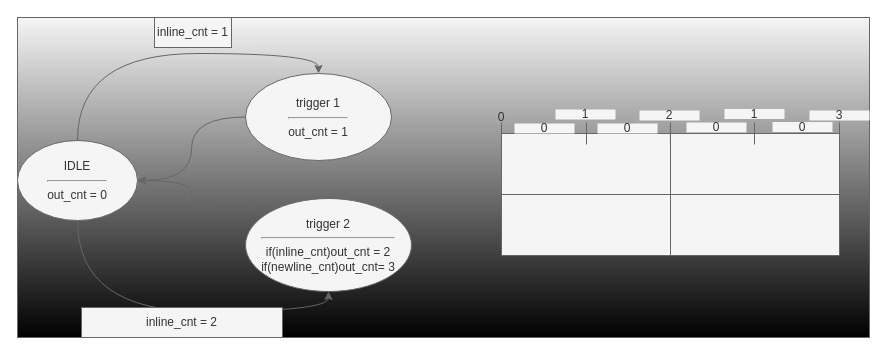
This is Our_design/addr_cnt_FSM.drawio from YZchen3467/drawio, a draw.io file, before an edit. Source tidied: cells renumbered, new cells numbered last; positions are measured from the earlier drawing's top-left corner, leaving out a move shared by most shapes. Both pictures are drawn from the tidied source at 100%, with x=0, y=0 at pixel (17, 17).
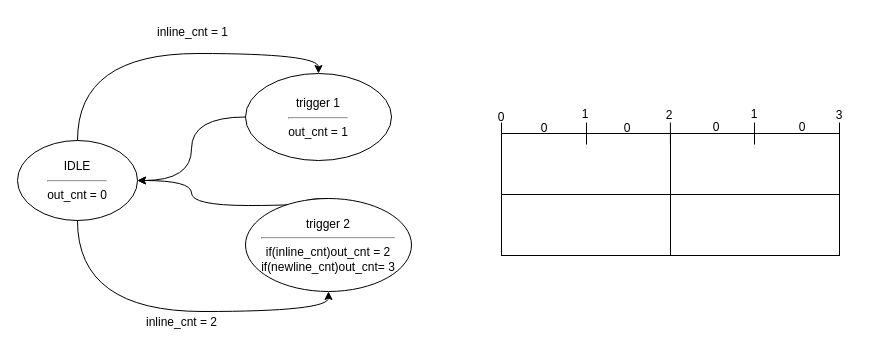
The same diagram, later.

The edit, as a diff of the source:
```diff
@@
-    <mxCell id="2" style="group;noLabel=1;fillColor=#f5f5f5;fontColor=#333333;strokeColor=#666666;fillStyle=auto;gradientColor=default;" parent="1" vertex="1">
+    <mxCell id="2" style="group;noLabel=1;fillStyle=auto;" parent="1" vertex="1">
       <mxGeometry width="852" height="320" as="geometry" />
     </mxCell>
-    <mxCell id="3" value="IDLE&lt;hr&gt;out_cnt = 0" style="ellipse;whiteSpace=wrap;html=1;fillColor=#f5f5f5;fontColor=#333333;strokeColor=#666666;" parent="2" vertex="1">
+    <mxCell id="3" value="IDLE&lt;hr&gt;out_cnt = 0" style="ellipse;whiteSpace=wrap;html=1;" parent="2" vertex="1">
       <mxGeometry y="123" width="120" height="80" as="geometry" />
     </mxCell>
-    <mxCell id="4" style="edgeStyle=orthogonalEdgeStyle;rounded=0;jettySize=auto;html=1;entryX=1;entryY=0.5;entryDx=0;entryDy=0;curved=1;fillColor=#f5f5f5;strokeColor=#666666;" parent="2" edge="1" source="5" target="3">
+    <mxCell id="4" style="edgeStyle=orthogonalEdgeStyle;rounded=0;jettySize=auto;html=1;entryX=1;entryY=0.5;entryDx=0;entryDy=0;curved=1;" parent="2" edge="1" source="5" target="3">
       <mxGeometry relative="1" as="geometry" />
     </mxCell>
-    <mxCell id="5" value="trigger 1&lt;hr&gt;out_cnt = 1" style="ellipse;whiteSpace=wrap;html=1;fillColor=#f5f5f5;fontColor=#333333;strokeColor=#666666;" parent="2" vertex="1">
+    <mxCell id="5" value="trigger 1&lt;hr&gt;out_cnt = 1" style="ellipse;whiteSpace=wrap;html=1;" parent="2" vertex="1">
       <mxGeometry x="228" y="56" width="146" height="87" as="geometry" />
     </mxCell>
-    <mxCell id="6" style="edgeStyle=orthogonalEdgeStyle;rounded=0;jettySize=auto;html=1;exitX=0.5;exitY=0;exitDx=0;exitDy=0;entryX=0.5;entryY=0;entryDx=0;entryDy=0;curved=1;fillColor=#f5f5f5;strokeColor=#666666;" parent="2" edge="1" source="3" target="5">
+    <mxCell id="6" style="edgeStyle=orthogonalEdgeStyle;rounded=0;jettySize=auto;html=1;exitX=0.5;exitY=0;exitDx=0;exitDy=0;entryX=0.5;entryY=0;entryDx=0;entryDy=0;curved=1;" parent="2" edge="1" source="3" target="5">
       <mxGeometry relative="1" as="geometry" />
     </mxCell>
-    <mxCell id="7" style="edgeStyle=orthogonalEdgeStyle;rounded=0;jettySize=auto;html=1;exitX=0.5;exitY=0;exitDx=0;exitDy=0;entryX=1;entryY=0.5;entryDx=0;entryDy=0;curved=1;fillColor=#f5f5f5;strokeColor=#666666;" parent="2" edge="1" source="8" target="3">
+    <mxCell id="7" style="edgeStyle=orthogonalEdgeStyle;rounded=0;jettySize=auto;html=1;exitX=0.5;exitY=0;exitDx=0;exitDy=0;entryX=1;entryY=0.5;entryDx=0;entryDy=0;curved=1;" parent="2" edge="1" source="8" target="3">
       <mxGeometry relative="1" as="geometry">
         <Array as="points">
           <mxPoint x="288" y="188" />
           <mxPoint x="174" y="188" />
           <mxPoint x="174" y="163" />
         </Array>
       </mxGeometry>
     </mxCell>
-    <mxCell id="8" value="trigger 2&lt;hr&gt;if(inline_cnt)out_cnt = 2&lt;br&gt;if(newline_cnt)out_cnt= 3" style="ellipse;whiteSpace=wrap;html=1;fillColor=#f5f5f5;fontColor=#333333;strokeColor=#666666;" parent="2" vertex="1">
+    <mxCell id="8" value="trigger 2&lt;hr&gt;if(inline_cnt)out_cnt = 2&lt;br&gt;if(newline_cnt)out_cnt= 3" style="ellipse;whiteSpace=wrap;html=1;" parent="2" vertex="1">
       <mxGeometry x="228" y="181" width="166" height="93" as="geometry" />
     </mxCell>
-    <mxCell id="9" style="edgeStyle=orthogonalEdgeStyle;rounded=0;jettySize=auto;html=1;exitX=0.5;exitY=1;exitDx=0;exitDy=0;entryX=0.5;entryY=1;entryDx=0;entryDy=0;curved=1;fillColor=#f5f5f5;strokeColor=#666666;" parent="2" edge="1" source="3" target="8">
+    <mxCell id="9" style="edgeStyle=orthogonalEdgeStyle;rounded=0;jettySize=auto;html=1;exitX=0.5;exitY=1;exitDx=0;exitDy=0;entryX=0.5;entryY=1;entryDx=0;entryDy=0;curved=1;" parent="2" edge="1" source="3" target="8">
       <mxGeometry relative="1" as="geometry" />
     </mxCell>
-    <mxCell id="10" style="rounded=0;whiteSpace=wrap;html=1;fillColor=#f5f5f5;fontColor=#333333;strokeColor=#666666;" parent="2" vertex="1">
+    <mxCell id="10" style="rounded=0;whiteSpace=wrap;html=1;" parent="2" vertex="1">
       <mxGeometry x="484" y="116" width="338" height="122" as="geometry" />
     </mxCell>
-    <mxCell id="11" style="endArrow=none;html=1;rounded=0;entryX=0.5;entryY=0;entryDx=0;entryDy=0;exitX=0.5;exitY=1;exitDx=0;exitDy=0;fillColor=#f5f5f5;strokeColor=#666666;" parent="2" edge="1" source="10" target="10">
+    <mxCell id="11" style="endArrow=none;html=1;rounded=0;entryX=0.5;entryY=0;entryDx=0;entryDy=0;exitX=0.5;exitY=1;exitDx=0;exitDy=0;" parent="2" edge="1" source="10" target="10">
       <mxGeometry relative="1" as="geometry" />
     </mxCell>
-    <mxCell id="12" style="endArrow=none;html=1;rounded=0;entryX=1;entryY=0.5;entryDx=0;entryDy=0;exitX=0;exitY=0.5;exitDx=0;exitDy=0;fillColor=#f5f5f5;strokeColor=#666666;" parent="2" edge="1" source="10" target="10">
+    <mxCell id="12" style="endArrow=none;html=1;rounded=0;entryX=1;entryY=0.5;entryDx=0;entryDy=0;exitX=0;exitY=0.5;exitDx=0;exitDy=0;" parent="2" edge="1" source="10" target="10">
       <mxGeometry relative="1" as="geometry" />
     </mxCell>
-    <mxCell id="13" style="endArrow=none;html=1;rounded=0;fillColor=#f5f5f5;strokeColor=#666666;" parent="2" edge="1">
+    <mxCell id="13" style="endArrow=none;html=1;rounded=0;" parent="2" edge="1">
       <mxGeometry relative="1" as="geometry">
         <mxPoint x="569" y="105" as="sourcePoint" />
         <mxPoint x="569" y="127" as="targetPoint" />
       </mxGeometry>
     </mxCell>
-    <mxCell id="14" style="endArrow=none;html=1;rounded=0;fillColor=#f5f5f5;strokeColor=#666666;" parent="2" edge="1">
+    <mxCell id="14" style="endArrow=none;html=1;rounded=0;" parent="2" edge="1">
       <mxGeometry relative="1" as="geometry">
         <mxPoint x="652.9" y="105" as="sourcePoint" />
         <mxPoint x="652.9" y="127" as="targetPoint" />
       </mxGeometry>
     </mxCell>
-    <mxCell id="15" style="endArrow=none;html=1;rounded=0;fillColor=#f5f5f5;strokeColor=#666666;" parent="2" edge="1">
+    <mxCell id="15" style="endArrow=none;html=1;rounded=0;" parent="2" edge="1">
       <mxGeometry relative="1" as="geometry">
         <mxPoint x="737" y="105" as="sourcePoint" />
         <mxPoint x="737" y="127" as="targetPoint" />
       </mxGeometry>
     </mxCell>
-    <mxCell id="16" style="endArrow=none;html=1;rounded=0;fillColor=#f5f5f5;strokeColor=#666666;" parent="2" edge="1">
+    <mxCell id="16" style="endArrow=none;html=1;rounded=0;" parent="2" edge="1">
       <mxGeometry relative="1" as="geometry">
         <mxPoint x="822" y="105" as="sourcePoint" />
         <mxPoint x="822" y="127" as="targetPoint" />
       </mxGeometry>
     </mxCell>
-    <mxCell id="17" style="endArrow=none;html=1;rounded=0;fillColor=#f5f5f5;strokeColor=#666666;" parent="2" edge="1">
+    <mxCell id="17" style="endArrow=none;html=1;rounded=0;" parent="2" edge="1">
       <mxGeometry relative="1" as="geometry">
         <mxPoint x="484" y="105" as="sourcePoint" />
         <mxPoint x="484" y="127" as="targetPoint" />
       </mxGeometry>
     </mxCell>
-    <mxCell id="18" value="0" style="text;html=1;align=center;verticalAlign=middle;whiteSpace=wrap;rounded=0;fillColor=none;fontColor=#333333;strokeColor=none;" parent="2" vertex="1">
+    <mxCell id="18" value="0" style="text;html=1;align=center;verticalAlign=middle;whiteSpace=wrap;rounded=0;" parent="2" vertex="1">
       <mxGeometry x="454" y="94.5" width="60" height="10" as="geometry" />
     </mxCell>
-    <mxCell id="19" value="1" style="text;html=1;align=center;verticalAlign=middle;whiteSpace=wrap;rounded=0;fillColor=#f5f5f5;fontColor=#333333;strokeColor=none;" parent="2" vertex="1">
+    <mxCell id="19" value="1" style="text;html=1;align=center;verticalAlign=middle;whiteSpace=wrap;rounded=0;" parent="2" vertex="1">
       <mxGeometry x="538" y="92" width="60" height="10" as="geometry" />
     </mxCell>
-    <mxCell id="20" value="0" style="text;html=1;align=center;verticalAlign=middle;whiteSpace=wrap;rounded=0;fillColor=#f5f5f5;fontColor=#333333;strokeColor=none;" parent="2" vertex="1">
+    <mxCell id="20" value="0" style="text;html=1;align=center;verticalAlign=middle;whiteSpace=wrap;rounded=0;" parent="2" vertex="1">
       <mxGeometry x="497" y="106" width="60" height="10" as="geometry" />
     </mxCell>
-    <mxCell id="21" value="2" style="text;html=1;align=center;verticalAlign=middle;whiteSpace=wrap;rounded=0;fillColor=#f5f5f5;fontColor=#333333;strokeColor=none;" parent="2" vertex="1">
+    <mxCell id="21" value="2" style="text;html=1;align=center;verticalAlign=middle;whiteSpace=wrap;rounded=0;" parent="2" vertex="1">
       <mxGeometry x="622" y="93" width="60" height="10" as="geometry" />
     </mxCell>
-    <mxCell id="22" value="1" style="text;html=1;align=center;verticalAlign=middle;whiteSpace=wrap;rounded=0;fillColor=#f5f5f5;fontColor=#333333;strokeColor=none;" parent="2" vertex="1">
+    <mxCell id="22" value="1" style="text;html=1;align=center;verticalAlign=middle;whiteSpace=wrap;rounded=0;" parent="2" vertex="1">
       <mxGeometry x="707" y="91.5" width="60" height="10" as="geometry" />
     </mxCell>
-    <mxCell id="23" value="3" style="text;html=1;align=center;verticalAlign=middle;whiteSpace=wrap;rounded=0;fillColor=#f5f5f5;fontColor=#333333;strokeColor=none;" parent="2" vertex="1">
+    <mxCell id="23" value="3" style="text;html=1;align=center;verticalAlign=middle;whiteSpace=wrap;rounded=0;" parent="2" vertex="1">
       <mxGeometry x="792" y="93" width="60" height="10" as="geometry" />
     </mxCell>
-    <mxCell id="24" value="0" style="text;html=1;align=center;verticalAlign=middle;whiteSpace=wrap;rounded=0;fillColor=#f5f5f5;fontColor=#333333;strokeColor=none;" parent="2" vertex="1">
+    <mxCell id="24" value="0" style="text;html=1;align=center;verticalAlign=middle;whiteSpace=wrap;rounded=0;" parent="2" vertex="1">
       <mxGeometry x="580" y="106" width="60" height="10" as="geometry" />
     </mxCell>
-    <mxCell id="25" value="0" style="text;html=1;align=center;verticalAlign=middle;whiteSpace=wrap;rounded=0;fillColor=#f5f5f5;fontColor=#333333;strokeColor=none;" parent="2" vertex="1">
+    <mxCell id="25" value="0" style="text;html=1;align=center;verticalAlign=middle;whiteSpace=wrap;rounded=0;" parent="2" vertex="1">
       <mxGeometry x="669" y="105" width="60" height="10" as="geometry" />
     </mxCell>
-    <mxCell id="26" value="0" style="text;html=1;align=center;verticalAlign=middle;whiteSpace=wrap;rounded=0;fillColor=#f5f5f5;fontColor=#333333;strokeColor=none;" parent="2" vertex="1">
+    <mxCell id="26" value="0" style="text;html=1;align=center;verticalAlign=middle;whiteSpace=wrap;rounded=0;" parent="2" vertex="1">
       <mxGeometry x="755" y="104.5" width="60" height="10" as="geometry" />
     </mxCell>
-    <mxCell id="27" value="inline_cnt = 1" style="text;html=1;align=center;verticalAlign=middle;whiteSpace=wrap;rounded=0;fillColor=#f5f5f5;fontColor=#333333;strokeColor=#666666;" parent="2" vertex="1">
+    <mxCell id="27" value="inline_cnt = 1" style="text;html=1;align=center;verticalAlign=middle;whiteSpace=wrap;rounded=0;" parent="2" vertex="1">
       <mxGeometry x="137" width="77" height="30" as="geometry" />
     </mxCell>
-    <mxCell id="28" value="inline_cnt = 2" style="text;html=1;align=center;verticalAlign=middle;whiteSpace=wrap;rounded=0;fillColor=#f5f5f5;fontColor=#333333;strokeColor=#666666;" parent="2" vertex="1">
+    <mxCell id="28" value="inline_cnt = 2" style="text;html=1;align=center;verticalAlign=middle;whiteSpace=wrap;rounded=0;" parent="2" vertex="1">
       <mxGeometry x="64" y="290" width="201" height="30" as="geometry" />
     </mxCell>
```
